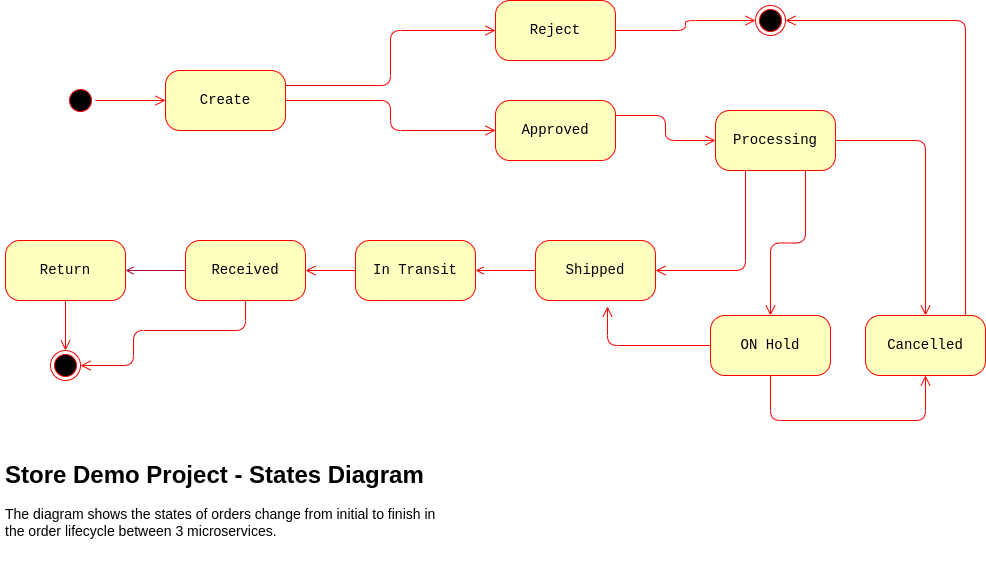
Before: doc/my-draw-io/Store-Demo-StatusDiagram-1.png, a diagram exported from draw.io (Bluedream007/kafka-storefront-demo1). Source tidied: cells renumbered, new cells last; positions are measured from the earlier drawing's top-left corner, leaving out a move shared by most shapes.
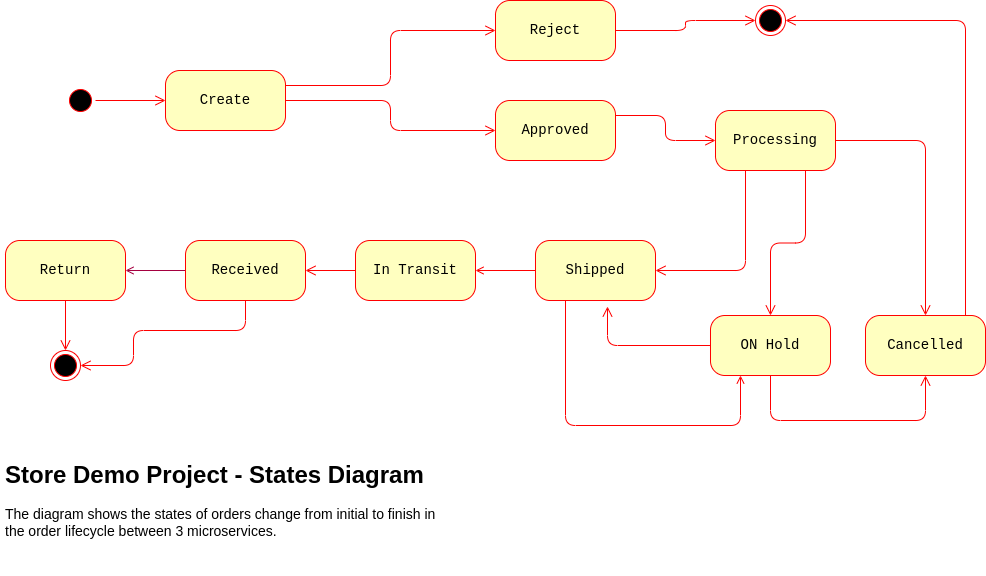
After the change.

Commit message:
1.Update a diagram in README.md 2.Update a tool's information

What changed in the source:
```diff
@@ -107,5 +107,13 @@
     <mxCell id="31" value="&lt;h1&gt;Store Demo Project - States Diagram&lt;/h1&gt;&lt;p&gt;&lt;font style=&quot;font-size: 14px;&quot;&gt;The diagram shows the states of orders change from initial to finish in the order lifecycle between 3 microservices.&lt;/font&gt;&lt;/p&gt;" style="text;html=1;strokeColor=none;fillColor=none;spacing=5;spacingTop=-20;whiteSpace=wrap;overflow=hidden;rounded=0;" parent="1" vertex="1">
       <mxGeometry y="455" width="450" height="120" as="geometry" />
     </mxCell>
+    <mxCell id="32" style="edgeStyle=orthogonalEdgeStyle;html=1;exitX=0.25;exitY=1;entryX=0.25;entryY=1;labelBackgroundColor=none;endArrow=none;endSize=8;strokeColor=#ff0000;fontFamily=Courier New;fontSize=14;align=left;startArrow=open;startFill=0;endFill=0;entryDx=0;entryDy=0;exitDx=0;exitDy=0;" parent="1" edge="1" source="17" target="9">
+      <mxGeometry relative="1" as="geometry">
+        <Array as="points">
+          <mxPoint x="740" y="425" />
+          <mxPoint x="565" y="425" />
+        </Array>
+      </mxGeometry>
+    </mxCell>
   </root>
 </mxGraphModel>
```
